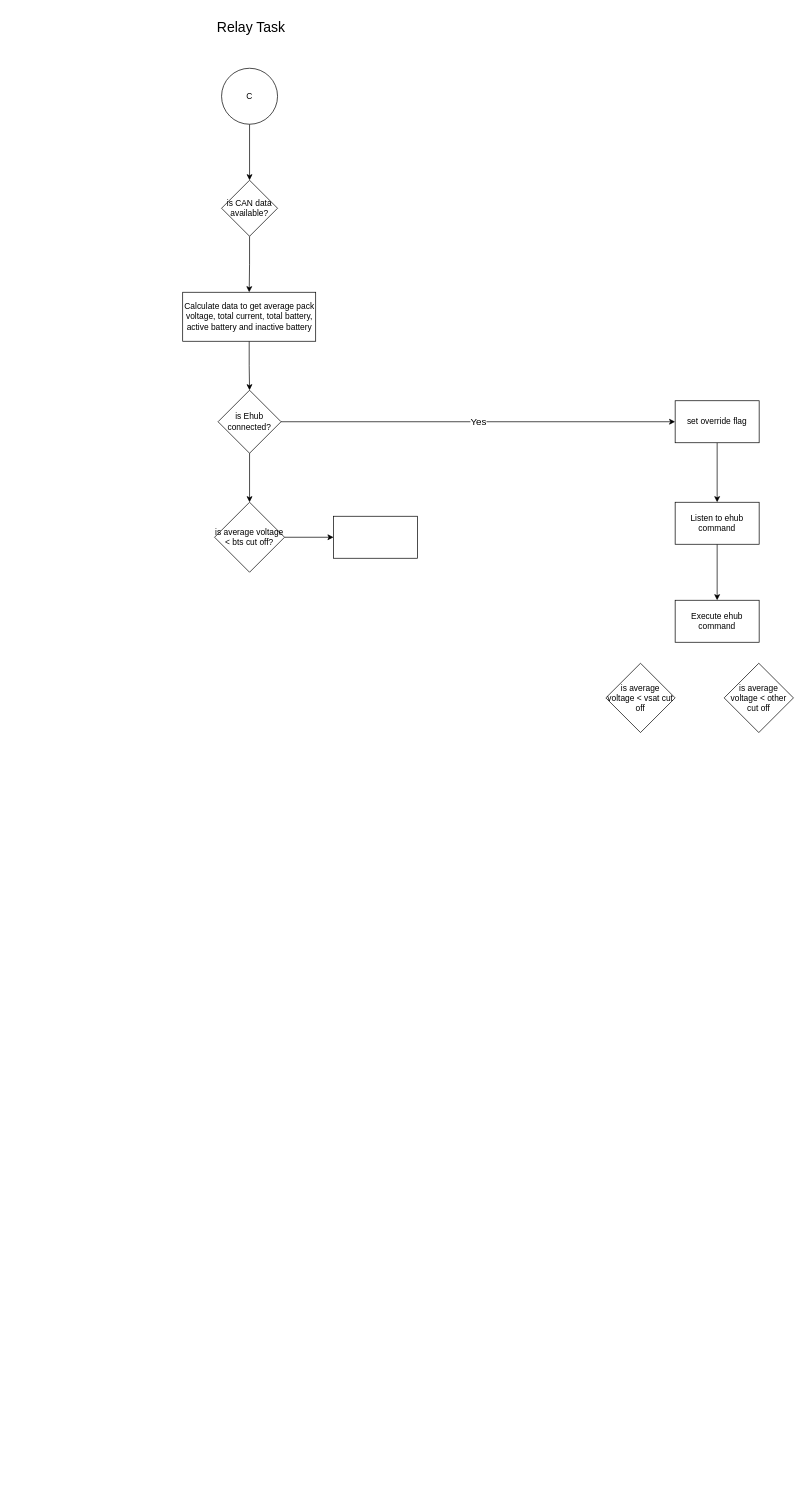
Earlier version of the draw.io diagram Relay task flowchart.drawio (thomsardi/stm32-lvd). Source tidied: cells renumbered, new cells numbered last; positions are measured from the earlier drawing's top-left corner, leaving out a move shared by most shapes. Both pictures are drawn from the tidied source at 70%, with x=0, y=0 at pixel (182, 12).
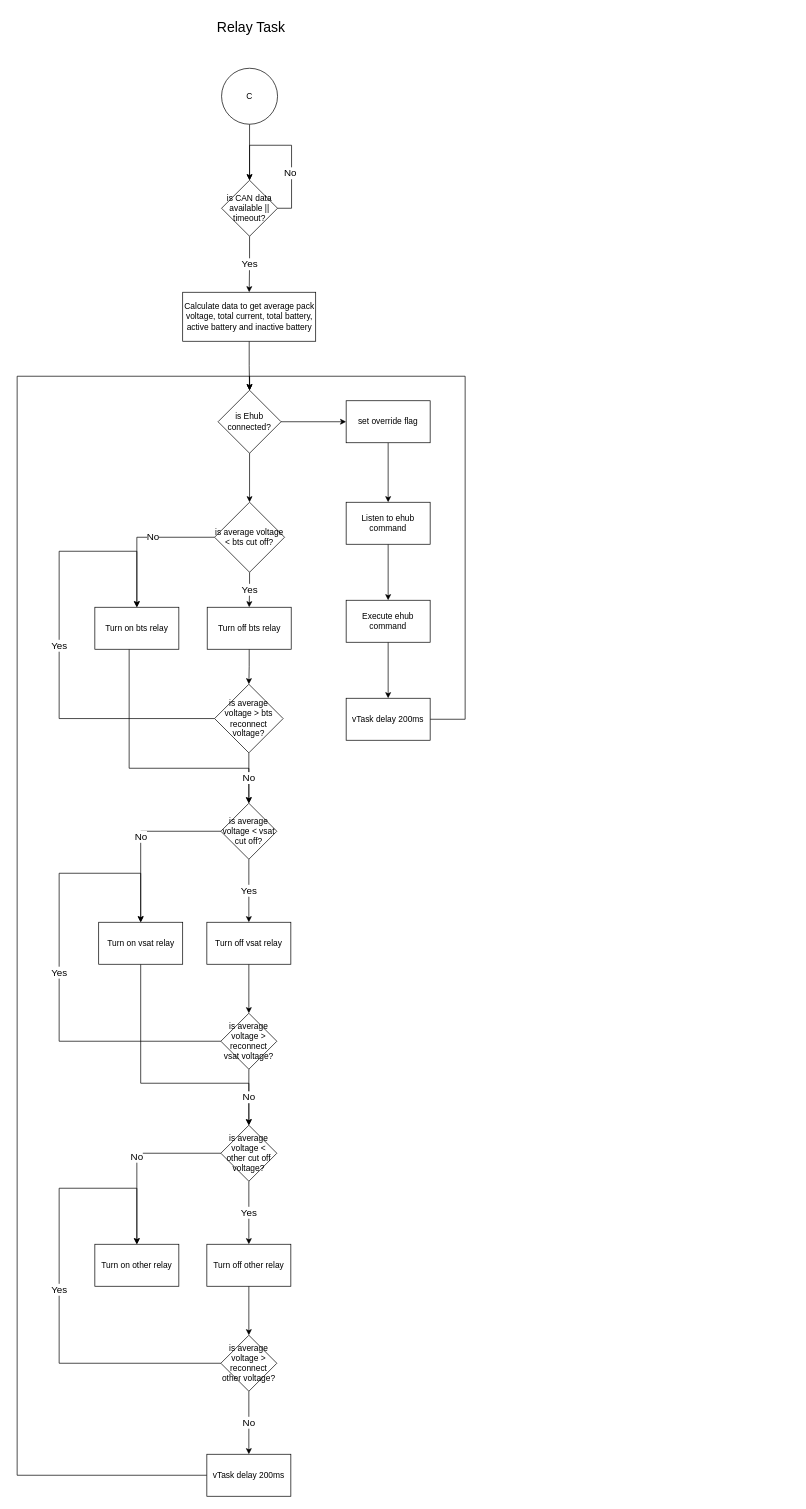
The same page after the edit.

Unchanged cells that the change refers to:
```xml
<mxCell id="8" value="Calculate data to get average pack voltage, total current, total battery, active battery and inactive battery" style="whiteSpace=wrap;html=1;" parent="1" vertex="1">
  <mxGeometry x="0.5" y="400" width="190" height="70" as="geometry" />
</mxCell>
<mxCell id="11" value="is Ehub connected?" style="rhombus;whiteSpace=wrap;html=1;" parent="1" vertex="1">
  <mxGeometry x="51" y="540" width="90" height="90" as="geometry" />
</mxCell>
<mxCell id="18" value="is average voltage &amp;lt; bts cut off?" style="rhombus;whiteSpace=wrap;html=1;direction=south;" parent="1" vertex="1">
  <mxGeometry x="46" y="700" width="100" height="100" as="geometry" />
</mxCell>
```

What changed in the source:
```diff
@@
-    <mxCell id="5" style="edgeStyle=orthogonalEdgeStyle;rounded=0;jettySize=auto;html=1;" parent="1" edge="1" source="6" target="8">
+    <mxCell id="5" value="Yes" style="edgeStyle=orthogonalEdgeStyle;rounded=0;jettySize=auto;html=1;fontSize=14;" parent="1" edge="1" source="6" target="8">
       <mxGeometry relative="1" as="geometry" />
     </mxCell>
-    <mxCell id="6" value="is CAN data available?" style="rhombus;whiteSpace=wrap;html=1;" parent="1" vertex="1">
+    <mxCell id="6" value="is CAN data available || timeout?" style="rhombus;whiteSpace=wrap;html=1;" parent="1" vertex="1">
       <mxGeometry x="56" y="240" width="80" height="80" as="geometry" />
     </mxCell>
@@
-    <mxCell id="10" value="Yes" style="edgeStyle=orthogonalEdgeStyle;rounded=0;jettySize=auto;html=1;fontSize=14;" parent="1" edge="1" source="11" target="13">
+    <mxCell id="10" style="edgeStyle=orthogonalEdgeStyle;rounded=0;jettySize=auto;html=1;" parent="1" edge="1" source="11" target="13">
       <mxGeometry relative="1" as="geometry" />
     </mxCell>
@@
     <mxCell id="13" value="set override flag" style="whiteSpace=wrap;html=1;" parent="1" vertex="1">
-      <mxGeometry x="704" y="555" width="120" height="60" as="geometry" />
+      <mxGeometry x="234" y="555" width="120" height="60" as="geometry" />
     </mxCell>
@@
     <mxCell id="15" value="Listen to ehub command" style="whiteSpace=wrap;html=1;" parent="1" vertex="1">
-      <mxGeometry x="704" y="700" width="120" height="60" as="geometry" />
+      <mxGeometry x="234" y="700" width="120" height="60" as="geometry" />
     </mxCell>
+    <mxCell id="22" style="edgeStyle=orthogonalEdgeStyle;rounded=0;jettySize=auto;html=1;" parent="1" edge="1" source="16" target="52">
+      <mxGeometry relative="1" as="geometry" />
+    </mxCell>
     <mxCell id="16" value="Execute ehub command" style="whiteSpace=wrap;html=1;" parent="1" vertex="1">
-      <mxGeometry x="704" y="840" width="120" height="60" as="geometry" />
+      <mxGeometry x="234" y="840" width="120" height="60" as="geometry" />
     </mxCell>
-    <mxCell id="17" style="edgeStyle=orthogonalEdgeStyle;rounded=0;jettySize=auto;html=1;" parent="1" edge="1" source="18" target="21">
+    <mxCell id="17" value="Yes" style="edgeStyle=orthogonalEdgeStyle;rounded=0;jettySize=auto;html=1;fontSize=14;" parent="1" edge="1" source="18" target="21">
       <mxGeometry relative="1" as="geometry" />
     </mxCell>
+    <mxCell id="23" value="No" style="edgeStyle=orthogonalEdgeStyle;rounded=0;jettySize=auto;html=1;entryX=0.5;entryY=0;entryDx=0;entryDy=0;fontSize=14;" parent="1" edge="1" source="18" target="26">
+      <mxGeometry x="-0.17" relative="1" as="geometry" />
+    </mxCell>
@@
-    <mxCell id="19" value="is average voltage &amp;lt; vsat cut off" style="rhombus;whiteSpace=wrap;html=1;" parent="1" vertex="1">
-      <mxGeometry x="605" y="930" width="99" height="99" as="geometry" />
-    </mxCell>
-    <mxCell id="20" value="is average voltage &amp;lt; other cut off" style="rhombus;whiteSpace=wrap;html=1;" parent="1" vertex="1">
-      <mxGeometry x="774" y="930" width="99" height="99" as="geometry" />
-    </mxCell>
+    <mxCell id="24" style="edgeStyle=orthogonalEdgeStyle;rounded=0;jettySize=auto;html=1;" parent="1" edge="1" source="21" target="29">
+      <mxGeometry relative="1" as="geometry" />
+    </mxCell>
-    <mxCell id="21" style="whiteSpace=wrap;html=1;" parent="1" vertex="1">
-      <mxGeometry x="216" y="720" width="120" height="60" as="geometry" />
+    <mxCell id="21" value="Turn off bts relay" style="whiteSpace=wrap;html=1;" parent="1" vertex="1">
+      <mxGeometry x="35.5" y="850" width="120" height="60" as="geometry" />
     </mxCell>
+    <mxCell id="25" style="edgeStyle=orthogonalEdgeStyle;rounded=0;jettySize=auto;html=1;entryX=0.5;entryY=0;entryDx=0;entryDy=0;" parent="1" edge="1" source="26" target="32">
+      <mxGeometry relative="1" as="geometry">
+        <Array as="points">
+          <mxPoint x="-76" y="1080" />
+          <mxPoint x="95" y="1080" />
+        </Array>
+      </mxGeometry>
+    </mxCell>
+    <mxCell id="26" value="Turn on bts relay" style="whiteSpace=wrap;html=1;" parent="1" vertex="1">
+      <mxGeometry x="-125" y="850" width="120" height="60" as="geometry" />
+    </mxCell>
+    <mxCell id="27" value="Yes" style="edgeStyle=orthogonalEdgeStyle;rounded=0;jettySize=auto;html=1;entryX=0.5;entryY=0;entryDx=0;entryDy=0;fontSize=14;" parent="1" edge="1" source="29" target="26">
+      <mxGeometry relative="1" as="geometry">
+        <Array as="points">
+          <mxPoint x="-176" y="1009" />
+          <mxPoint x="-176" y="770" />
+          <mxPoint x="-65" y="770" />
+        </Array>
+      </mxGeometry>
+    </mxCell>
+    <mxCell id="28" value="No" style="edgeStyle=orthogonalEdgeStyle;rounded=0;jettySize=auto;html=1;fontSize=14;" parent="1" edge="1" source="29" target="32">
+      <mxGeometry relative="1" as="geometry" />
+    </mxCell>
+    <mxCell id="29" value="is average voltage &amp;gt; bts reconnect voltage?" style="rhombus;whiteSpace=wrap;html=1;" parent="1" vertex="1">
+      <mxGeometry x="46" y="960" width="98" height="98" as="geometry" />
+    </mxCell>
+    <mxCell id="30" value="No" style="edgeStyle=orthogonalEdgeStyle;rounded=0;jettySize=auto;html=1;fontSize=14;" parent="1" edge="1" source="32" target="34">
+      <mxGeometry relative="1" as="geometry" />
+    </mxCell>
+    <mxCell id="31" value="Yes" style="edgeStyle=orthogonalEdgeStyle;rounded=0;jettySize=auto;html=1;fontSize=14;" parent="1" edge="1" source="32" target="36">
+      <mxGeometry relative="1" as="geometry" />
+    </mxCell>
+    <mxCell id="32" value="is average voltage &amp;lt; vsat cut off?" style="rhombus;whiteSpace=wrap;html=1;fontSize=12;rounded=0;shadow=0;horizontal=1;verticalAlign=middle;" parent="1" vertex="1">
+      <mxGeometry x="55" y="1130" width="80" height="80" as="geometry" />
+    </mxCell>
+    <mxCell id="33" style="edgeStyle=orthogonalEdgeStyle;rounded=0;jettySize=auto;html=1;entryX=0.5;entryY=0;entryDx=0;entryDy=0;" parent="1" edge="1" source="34" target="42">
+      <mxGeometry relative="1" as="geometry">
+        <Array as="points">
+          <mxPoint x="-59" y="1530" />
+          <mxPoint x="95" y="1530" />
+        </Array>
+      </mxGeometry>
+    </mxCell>
+    <mxCell id="34" value="Turn on vsat relay" style="whiteSpace=wrap;html=1;rounded=0;shadow=0;" parent="1" vertex="1">
+      <mxGeometry x="-119.5" y="1300" width="120" height="60" as="geometry" />
+    </mxCell>
+    <mxCell id="35" style="edgeStyle=orthogonalEdgeStyle;rounded=0;jettySize=auto;html=1;" parent="1" edge="1" source="36" target="39">
+      <mxGeometry relative="1" as="geometry" />
+    </mxCell>
+    <mxCell id="36" value="Turn off vsat relay" style="whiteSpace=wrap;html=1;rounded=0;shadow=0;" parent="1" vertex="1">
+      <mxGeometry x="35" y="1300" width="120" height="60" as="geometry" />
+    </mxCell>
+    <mxCell id="37" value="Yes" style="edgeStyle=orthogonalEdgeStyle;rounded=0;jettySize=auto;html=1;entryX=0.5;entryY=0;entryDx=0;entryDy=0;fontSize=14;" parent="1" edge="1" source="39" target="34">
+      <mxGeometry relative="1" as="geometry">
+        <Array as="points">
+          <mxPoint x="-176" y="1470" />
+          <mxPoint x="-176" y="1230" />
+          <mxPoint x="-59" y="1230" />
+        </Array>
+      </mxGeometry>
+    </mxCell>
+    <mxCell id="38" value="No" style="edgeStyle=orthogonalEdgeStyle;rounded=0;jettySize=auto;html=1;fontSize=14;" parent="1" edge="1" source="39" target="42">
+      <mxGeometry relative="1" as="geometry" />
+    </mxCell>
+    <mxCell id="39" value="is average voltage &amp;gt; reconnect vsat voltage?" style="rhombus;whiteSpace=wrap;html=1;rounded=0;shadow=0;" parent="1" vertex="1">
+      <mxGeometry x="55" y="1430" width="80" height="80" as="geometry" />
+    </mxCell>
+    <mxCell id="40" value="Yes" style="edgeStyle=orthogonalEdgeStyle;rounded=0;jettySize=auto;html=1;fontSize=14;" parent="1" edge="1" source="42" target="44">
+      <mxGeometry relative="1" as="geometry" />
+    </mxCell>
+    <mxCell id="41" value="No" style="edgeStyle=orthogonalEdgeStyle;rounded=0;jettySize=auto;html=1;fontSize=14;" parent="1" edge="1" source="42" target="45">
+      <mxGeometry relative="1" as="geometry" />
+    </mxCell>
+    <mxCell id="42" value="is average voltage &amp;lt; other cut off voltage?" style="rhombus;whiteSpace=wrap;html=1;rounded=0;shadow=0;" parent="1" vertex="1">
+      <mxGeometry x="55" y="1590" width="80" height="80" as="geometry" />
+    </mxCell>
+    <mxCell id="43" style="edgeStyle=orthogonalEdgeStyle;rounded=0;jettySize=auto;html=1;" parent="1" edge="1" source="44" target="48">
+      <mxGeometry relative="1" as="geometry" />
+    </mxCell>
+    <mxCell id="44" value="Turn off other relay" style="whiteSpace=wrap;html=1;rounded=0;shadow=0;" parent="1" vertex="1">
+      <mxGeometry x="35" y="1760" width="120" height="60" as="geometry" />
+    </mxCell>
+    <mxCell id="45" value="Turn on other relay" style="whiteSpace=wrap;html=1;rounded=0;shadow=0;" parent="1" vertex="1">
+      <mxGeometry x="-125" y="1760" width="120" height="60" as="geometry" />
+    </mxCell>
+    <mxCell id="46" value="Yes" style="edgeStyle=orthogonalEdgeStyle;rounded=0;jettySize=auto;html=1;entryX=0.5;entryY=0;entryDx=0;entryDy=0;fontSize=14;" parent="1" edge="1" source="48" target="45">
+      <mxGeometry relative="1" as="geometry">
+        <Array as="points">
+          <mxPoint x="-176" y="1930" />
+          <mxPoint x="-176" y="1680" />
+          <mxPoint x="-65" y="1680" />
+        </Array>
+      </mxGeometry>
+    </mxCell>
+    <mxCell id="47" value="No" style="edgeStyle=orthogonalEdgeStyle;rounded=0;jettySize=auto;html=1;fontSize=14;" parent="1" edge="1" source="48" target="50">
+      <mxGeometry relative="1" as="geometry" />
+    </mxCell>
+    <mxCell id="48" value="is average voltage &amp;gt; reconnect other voltage?" style="rhombus;whiteSpace=wrap;html=1;rounded=0;shadow=0;" parent="1" vertex="1">
+      <mxGeometry x="55" y="1890" width="80" height="80" as="geometry" />
+    </mxCell>
+    <mxCell id="49" style="edgeStyle=orthogonalEdgeStyle;rounded=0;jettySize=auto;html=1;entryX=0.5;entryY=0;entryDx=0;entryDy=0;" parent="1" edge="1" source="50" target="11">
+      <mxGeometry relative="1" as="geometry">
+        <Array as="points">
+          <mxPoint x="-236" y="2090" />
+          <mxPoint x="-236" y="520" />
+          <mxPoint x="96" y="520" />
+        </Array>
+      </mxGeometry>
+    </mxCell>
+    <mxCell id="50" value="vTask delay 200ms" style="whiteSpace=wrap;html=1;rounded=0;shadow=0;" parent="1" vertex="1">
+      <mxGeometry x="35" y="2060" width="120" height="60" as="geometry" />
+    </mxCell>
+    <mxCell id="51" style="edgeStyle=orthogonalEdgeStyle;rounded=0;jettySize=auto;html=1;entryX=0.5;entryY=0;entryDx=0;entryDy=0;" parent="1" edge="1" source="52" target="11">
+      <mxGeometry relative="1" as="geometry">
+        <Array as="points">
+          <mxPoint x="404" y="1010" />
+          <mxPoint x="404" y="520" />
+          <mxPoint x="96" y="520" />
+        </Array>
+      </mxGeometry>
+    </mxCell>
+    <mxCell id="52" value="vTask delay 200ms" style="whiteSpace=wrap;html=1;" parent="1" vertex="1">
+      <mxGeometry x="234" y="980" width="120" height="60" as="geometry" />
+    </mxCell>
+    <mxCell id="53" value="No" style="edgeStyle=orthogonalEdgeStyle;rounded=0;orthogonalLoop=1;jettySize=auto;html=1;entryX=0.5;entryY=0;entryDx=0;entryDy=0;fontSize=14;" parent="1" edge="1" source="6" target="6">
+      <mxGeometry x="-0.36" y="2" relative="1" as="geometry">
+        <Array as="points">
+          <mxPoint x="156" y="280" />
+          <mxPoint x="156" y="190" />
+          <mxPoint x="96" y="190" />
+        </Array>
+      </mxGeometry>
+    </mxCell>
```
